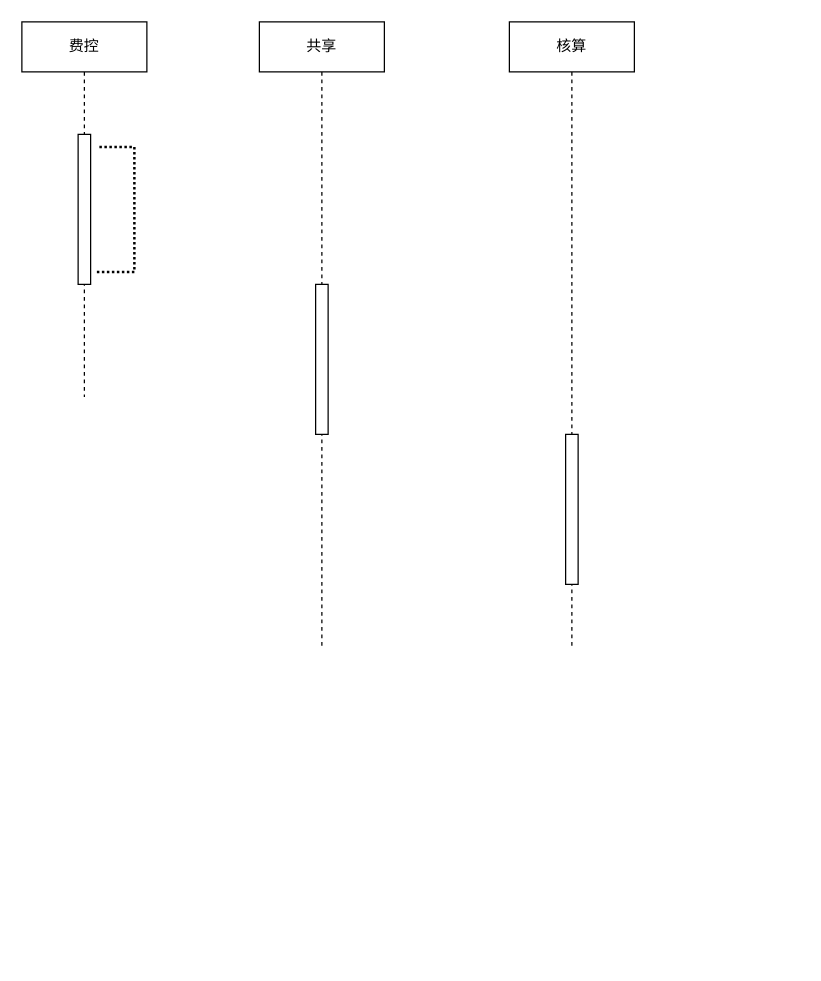
The draw.io diagram rpa-auto-test1.drawio in Alphathur/diagram, before the edit. Source tidied: cells renumbered, new cells numbered last; positions are measured from the earlier drawing's top-left corner, leaving out a move shared by most shapes. Both pictures are drawn from the tidied source at 125%, with x=0, y=0 at pixel (21, 21).
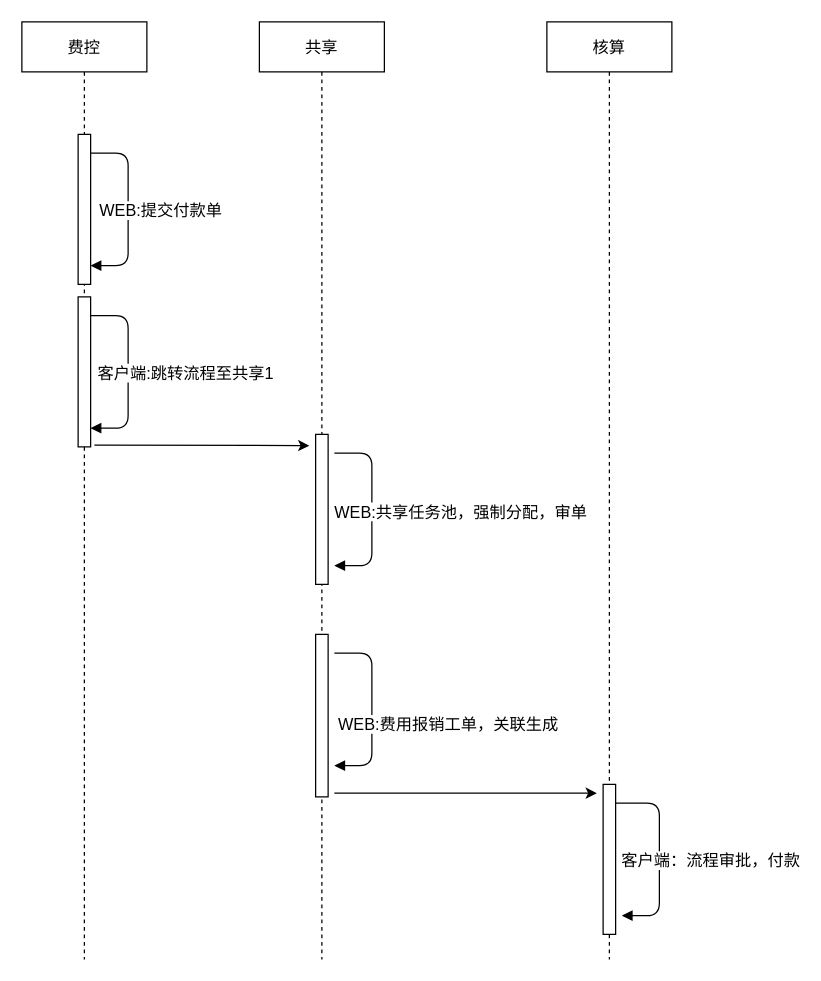
The same page after the edit.

Diff of the diagram source:
```diff
@@
-    <mxCell id="2" value="共享" style="shape=umlLifeline;perimeter=lifelinePerimeter;whiteSpace=wrap;html=1;" parent="1" vertex="1">
-      <mxGeometry x="190" width="100" height="500" as="geometry" />
+    <mxCell id="2" value="共享" style="shape=umlLifeline;perimeter=lifelinePerimeter;whiteSpace=wrap;html=1;fontSize=13;" parent="1" vertex="1">
+      <mxGeometry x="190" width="100" height="750" as="geometry" />
     </mxCell>
+    <mxCell id="7" style="html=1;perimeter=orthogonalPerimeter;fontSize=13;" parent="2" vertex="1">
+      <mxGeometry x="45" y="330" width="10" height="120" as="geometry" />
+    </mxCell>
+    <mxCell id="9" style="html=1;verticalAlign=bottom;labelBackgroundColor=none;endArrow=block;endFill=1;fontSize=13;" parent="2" edge="1">
+      <mxGeometry relative="1" as="geometry">
+        <mxPoint x="60" y="345" as="sourcePoint" />
+        <mxPoint x="60" y="435" as="targetPoint" />
+        <Array as="points">
+          <mxPoint x="90" y="345" />
+          <mxPoint x="90" y="395" />
+          <mxPoint x="90" y="435" />
+        </Array>
+      </mxGeometry>
+    </mxCell>
-    <mxCell id="3" value="费控" style="shape=umlLifeline;perimeter=lifelinePerimeter;whiteSpace=wrap;html=1;" parent="1" vertex="1">
-      <mxGeometry width="100" height="300" as="geometry" />
+    <mxCell id="3" value="费控" style="shape=umlLifeline;perimeter=lifelinePerimeter;whiteSpace=wrap;html=1;fontSize=13;" parent="1" vertex="1">
+      <mxGeometry width="100" height="750" as="geometry" />
     </mxCell>
-    <mxCell id="4" style="html=1;perimeter=orthogonalPerimeter;" parent="3" vertex="1">
+    <mxCell id="4" style="html=1;perimeter=orthogonalPerimeter;fontSize=13;" parent="3" vertex="1">
       <mxGeometry x="45" y="90" width="10" height="120" as="geometry" />
     </mxCell>
-    <mxCell id="5" value="核算" style="shape=umlLifeline;perimeter=lifelinePerimeter;whiteSpace=wrap;html=1;" parent="1" vertex="1">
-      <mxGeometry x="390" width="100" height="500" as="geometry" />
+    <mxCell id="5" value="核算" style="shape=umlLifeline;perimeter=lifelinePerimeter;whiteSpace=wrap;html=1;fontSize=13;" parent="1" vertex="1">
+      <mxGeometry x="420" width="100" height="750" as="geometry" />
     </mxCell>
+    <mxCell id="10" style="html=1;points=[];perimeter=orthogonalPerimeter;fontSize=13;" parent="1" vertex="1">
+      <mxGeometry x="45" y="220" width="10" height="120" as="geometry" />
+    </mxCell>
+    <mxCell id="11" style="html=1;verticalAlign=bottom;labelBackgroundColor=none;endArrow=block;endFill=1;fontSize=13;" parent="1" edge="1">
+      <mxGeometry relative="1" as="geometry">
+        <mxPoint x="55" y="235" as="sourcePoint" />
+        <mxPoint x="55" y="325" as="targetPoint" />
+        <Array as="points">
+          <mxPoint x="85" y="235" />
+          <mxPoint x="85" y="260" />
+          <mxPoint x="85" y="325" />
+        </Array>
+      </mxGeometry>
+    </mxCell>
+    <mxCell id="12" value="&lt;font style=&quot;font-size: 13px&quot;&gt;客户端:跳转流程至共享1&lt;/font&gt;" style="edgeLabel;html=1;align=center;verticalAlign=middle;fontSize=13;" parent="11" vertex="1">
+      <mxGeometry x="-0.04" y="-2" relative="1" as="geometry">
+        <mxPoint x="47" y="3" as="offset" />
+      </mxGeometry>
+    </mxCell>
+    <mxCell id="13" style="html=1;verticalAlign=bottom;labelBackgroundColor=none;endArrow=block;endFill=1;fontSize=13;" parent="1" edge="1">
+      <mxGeometry relative="1" as="geometry">
+        <mxPoint x="55" y="105" as="sourcePoint" />
+        <mxPoint x="55" y="195" as="targetPoint" />
+        <Array as="points">
+          <mxPoint x="85" y="105" />
+          <mxPoint x="85" y="130" />
+          <mxPoint x="85" y="195" />
+        </Array>
+      </mxGeometry>
+    </mxCell>
+    <mxCell id="14" value="WEB:提交付款单" style="edgeLabel;html=1;align=center;verticalAlign=middle;fontSize=13;" parent="13" vertex="1">
+      <mxGeometry x="-0.04" y="-2" relative="1" as="geometry">
+        <mxPoint x="27" y="3" as="offset" />
+      </mxGeometry>
+    </mxCell>
+    <mxCell id="15" style="endArrow=classic;html=1;fontSize=13;exitX=1.3;exitY=0.988;exitDx=0;exitDy=0;exitPerimeter=0;" parent="1" edge="1" source="10">
+      <mxGeometry relative="1" as="geometry">
+        <mxPoint x="230" y="339" as="targetPoint" />
+      </mxGeometry>
+    </mxCell>
-    <mxCell id="6" style="html=1;points=[];perimeter=orthogonalPerimeter;" parent="5" vertex="1">
-      <mxGeometry x="45" y="330" width="10" height="120" as="geometry" />
+    <mxCell id="6" style="html=1;points=[];perimeter=orthogonalPerimeter;fontSize=13;" parent="1" vertex="1">
+      <mxGeometry x="465" y="610" width="10" height="120" as="geometry" />
     </mxCell>
-    <mxCell id="7" style="html=1;perimeter=orthogonalPerimeter;" parent="1" vertex="1">
-      <mxGeometry x="235" y="210" width="10" height="120" as="geometry" />
-    </mxCell>
-    <mxCell id="8" style="strokeWidth=2;html=1;shape=mxgraph.flowchart.annotation_1;align=left;direction=west;shadow=0;dashed=1;dashPattern=1 1;" parent="1" vertex="1">
-      <mxGeometry x="60" y="100" width="30" height="100" as="geometry" />
-    </mxCell>
+    <mxCell id="16" style="html=1;verticalAlign=bottom;labelBackgroundColor=none;endArrow=block;endFill=1;fontSize=13;" parent="1" edge="1" source="6">
+      <mxGeometry relative="1" as="geometry">
+        <mxPoint x="480" y="715" as="targetPoint" />
+        <Array as="points">
+          <mxPoint x="510" y="625" />
+          <mxPoint x="510" y="715" />
+        </Array>
+      </mxGeometry>
+    </mxCell>
+    <mxCell id="17" value="客户端：流程审批，付款" style="edgeLabel;html=1;align=center;verticalAlign=middle;fontSize=13;" parent="16" vertex="1">
+      <mxGeometry x="-0.17" y="-1" relative="1" as="geometry">
+        <mxPoint x="41" y="16" as="offset" />
+      </mxGeometry>
+    </mxCell>
+    <mxCell id="18" style="html=1;perimeter=orthogonalPerimeter;fontSize=13;" parent="1" vertex="1">
+      <mxGeometry x="235" y="490" width="10" height="130" as="geometry" />
+    </mxCell>
+    <mxCell id="19" style="html=1;verticalAlign=bottom;labelBackgroundColor=none;endArrow=block;endFill=1;fontSize=13;" parent="1" edge="1">
+      <mxGeometry relative="1" as="geometry">
+        <mxPoint x="250" y="505" as="sourcePoint" />
+        <mxPoint x="250" y="595" as="targetPoint" />
+        <Array as="points">
+          <mxPoint x="280" y="505" />
+          <mxPoint x="280" y="555" />
+          <mxPoint x="280" y="595" />
+        </Array>
+      </mxGeometry>
+    </mxCell>
+    <mxCell id="20" value="WEB:共享任务池，强制分配，审单" style="edgeLabel;html=1;align=center;verticalAlign=middle;fontSize=13;" parent="19" vertex="1">
+      <mxGeometry x="-0.06" y="-1" relative="1" as="geometry">
+        <mxPoint x="71" y="-155" as="offset" />
+      </mxGeometry>
+    </mxCell>
+    <mxCell id="21" value="WEB:费用报销工单，关联生成" style="edgeLabel;html=1;align=center;verticalAlign=middle;fontSize=13;" parent="19" vertex="1">
+      <mxGeometry x="-0.06" y="-4" relative="1" as="geometry">
+        <mxPoint x="64" y="15" as="offset" />
+      </mxGeometry>
+    </mxCell>
+    <mxCell id="22" style="endArrow=classic;html=1;fontSize=13;" parent="1" edge="1">
+      <mxGeometry relative="1" as="geometry">
+        <mxPoint x="250" y="617" as="sourcePoint" />
+        <mxPoint x="460" y="617" as="targetPoint" />
+        <Array as="points">
+          <mxPoint x="380" y="617" />
+          <mxPoint x="400" y="617" />
+        </Array>
+      </mxGeometry>
+    </mxCell>
```
